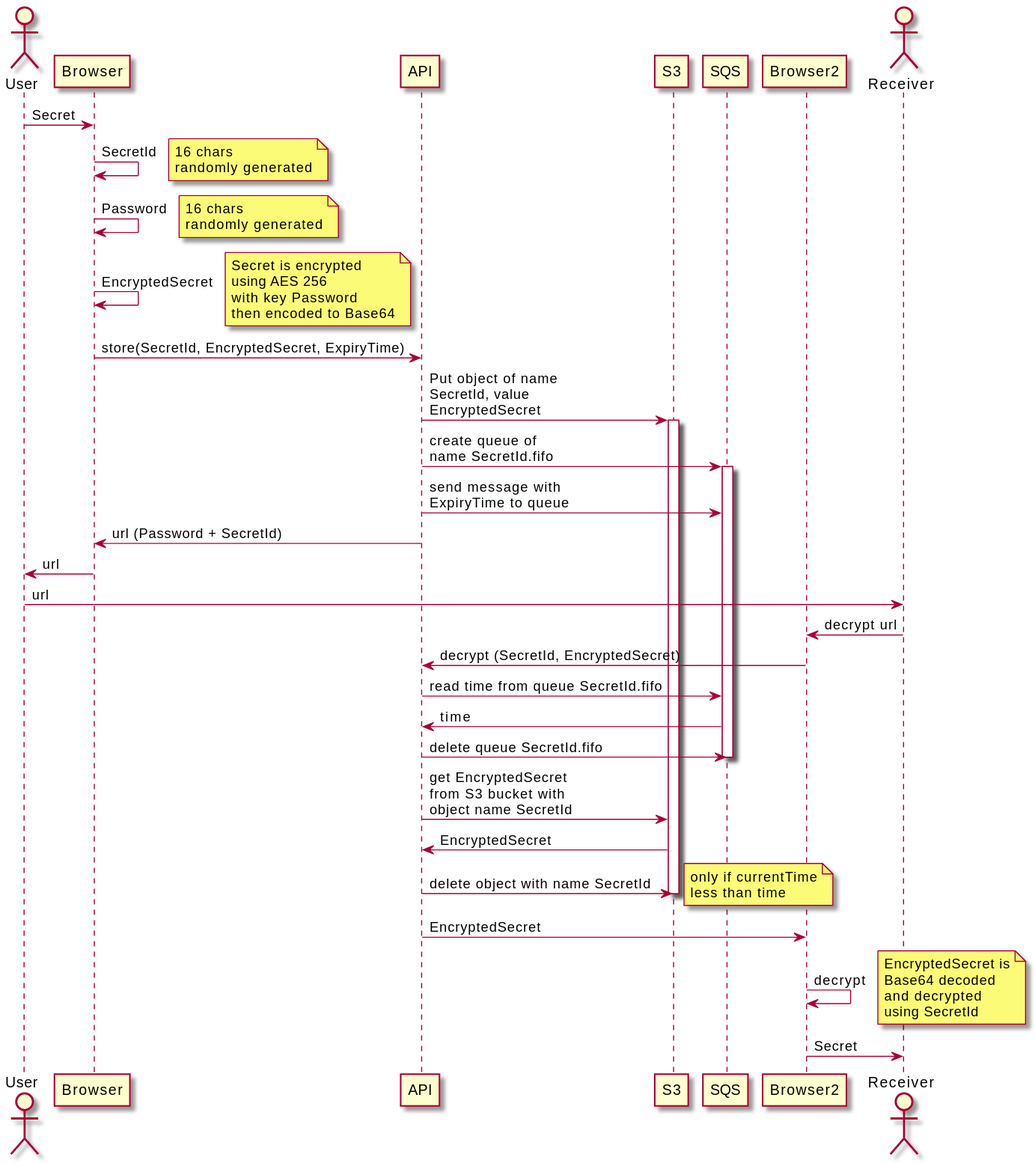
The PlantUML diagram src/main/webapp/sequence-diagram.svg in davidmoten/one-time-link-aws, before a commit.
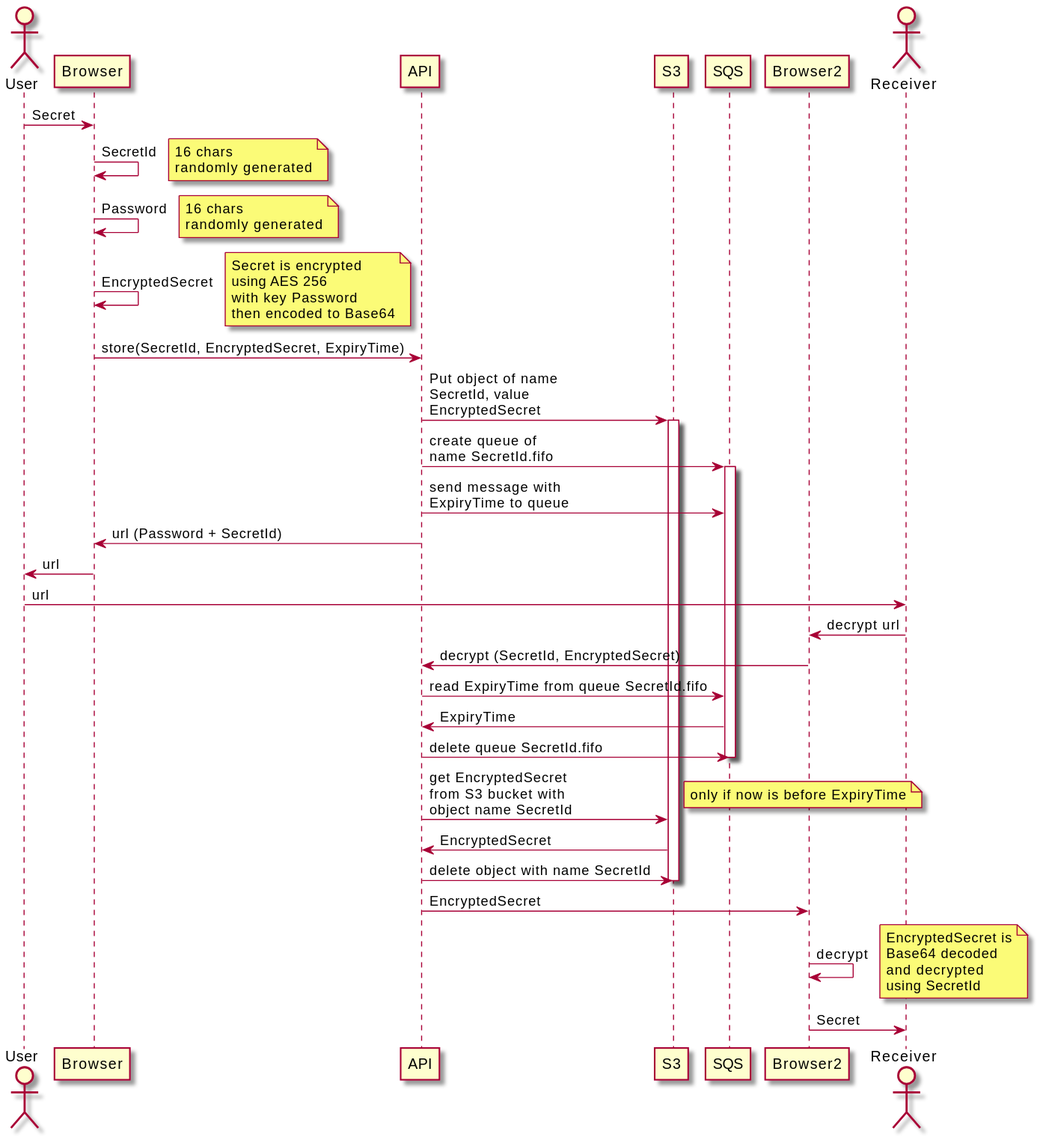
The same diagram one commit later.

Diff of the diagram source:
```diff
@@ -24,15 +24,15 @@
 User->Receiver: url
 Receiver -> Browser2: decrypt url
 Browser2 -> API: decrypt (SecretId, EncryptedSecret)
-API->SQS: read time from queue SecretId.fifo
-SQS->API: time
+API->SQS: read ExpiryTime from queue SecretId.fifo
+SQS->API: ExpiryTime
 API->SQS: delete queue SecretId.fifo
 deactivate SQS
 API->S3: get EncryptedSecret\nfrom S3 bucket with\nobject name SecretId
+note right: only if now is before ExpiryTime
 S3->API: EncryptedSecret
 API->S3:delete object with name SecretId
 deactivate S3
-note right: only if currentTime\nless than time
 API->Browser2: EncryptedSecret
 Browser2->Browser2:decrypt
 note right:EncryptedSecret is\nBase64 decoded\nand decrypted\nusing SecretId
```
